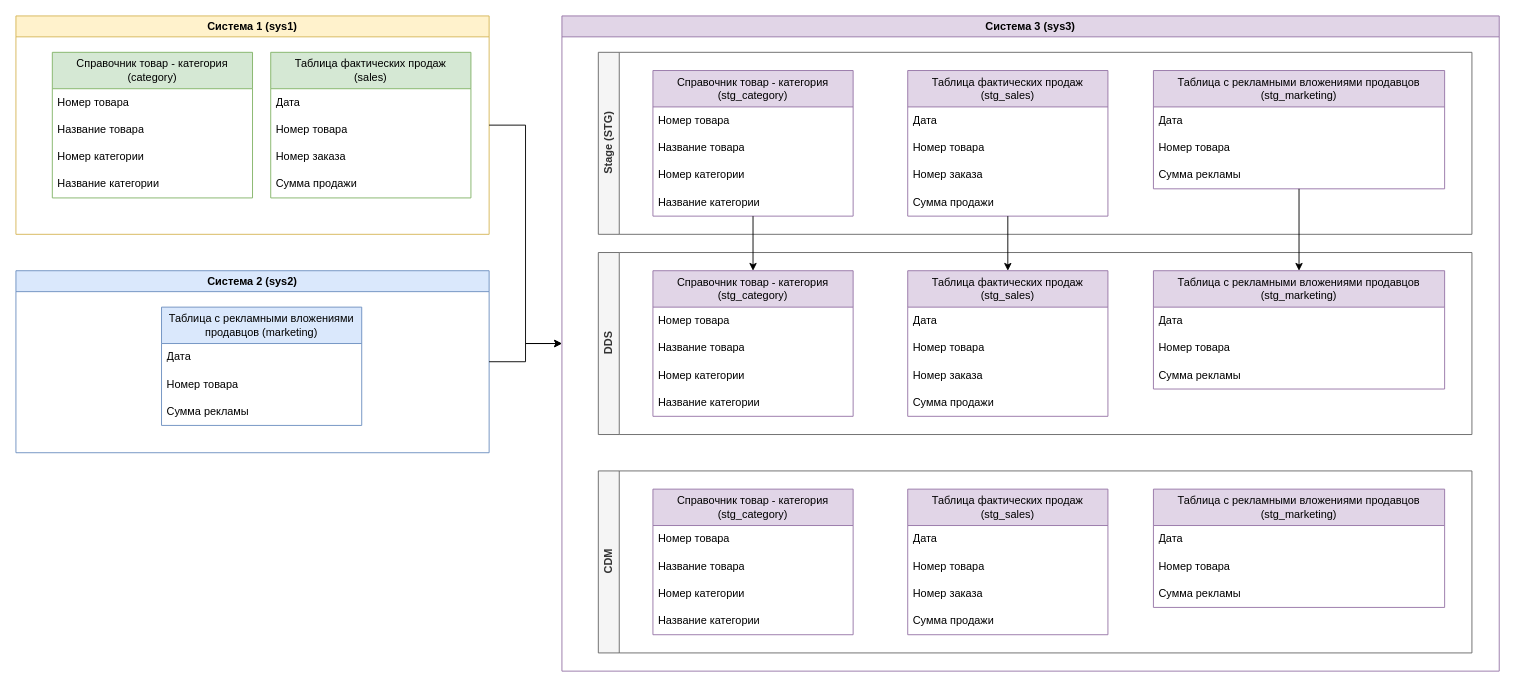
Before: page "Data Layers var2" (2 of 3) of ozon.drawio in Odarink/ozon_task_test, a draw.io diagram. Source tidied: cells renumbered, new cells numbered last; positions are measured from the earlier drawing's top-left corner, leaving out a move shared by most shapes. Both pictures are drawn from the tidied source at 91%, with x=0, y=0 at pixel (15, 15).
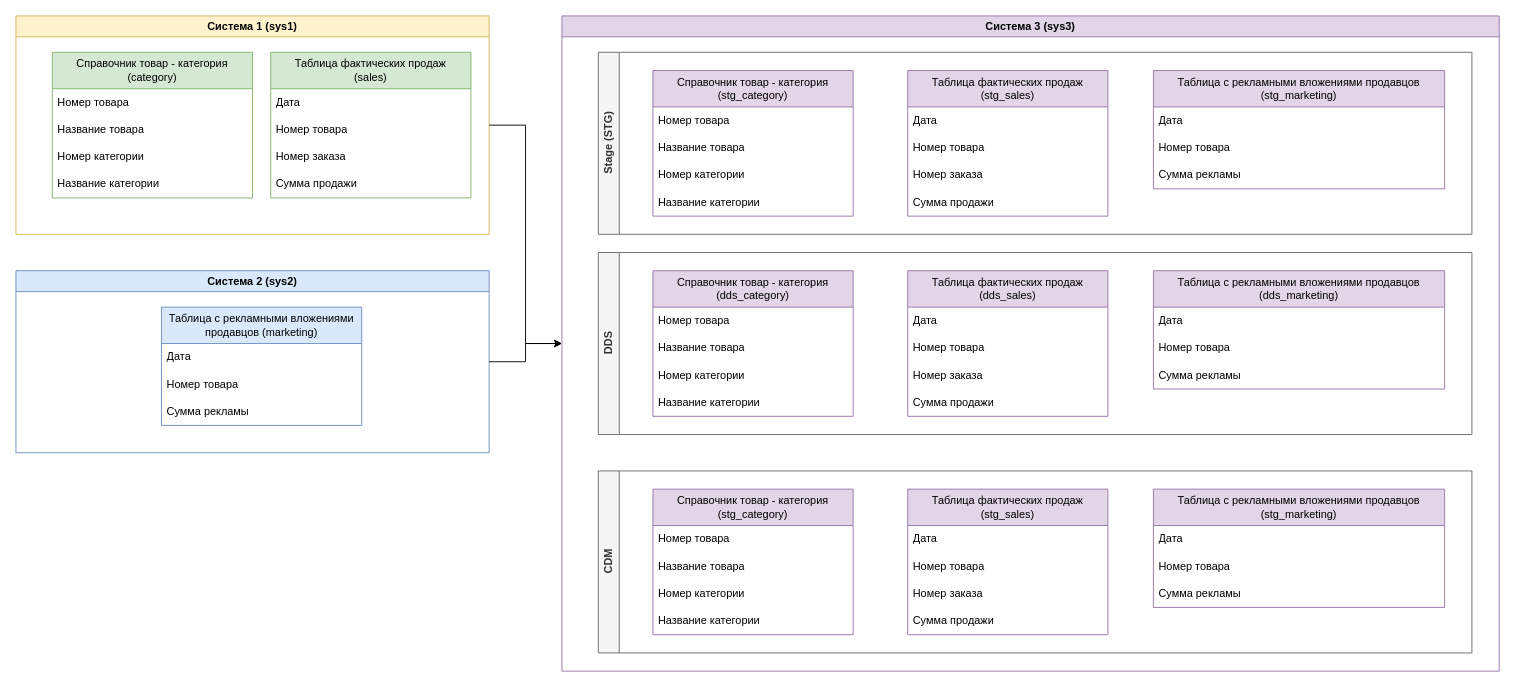
The same diagram, later.

Unchanged cells that the change refers to:
```xml
<mxCell id="18" value="Система 3 (sys3)" style="swimlane;fillColor=#e1d5e7;strokeColor=#9673a6;" parent="1" vertex="1">
  <mxGeometry x="600" width="1030" height="720" as="geometry" />
</mxCell>
<mxCell id="20" value="Справочник товар - категория&lt;div&gt;(stg_category)&lt;/div&gt;" style="swimlane;fontStyle=0;horizontal=1;startSize=40;whiteSpace=wrap;html=1;fillColor=#e1d5e7;strokeColor=#9673a6;" parent="19" vertex="1">
  <mxGeometry x="60" y="20" width="220" height="160" as="geometry" />
</mxCell>
<mxCell id="25" value="Таблица фактических продаж&lt;div&gt;(stg_sales)&lt;/div&gt;" style="swimlane;fontStyle=0;horizontal=1;startSize=40;whiteSpace=wrap;html=1;fillColor=#e1d5e7;strokeColor=#9673a6;" parent="19" vertex="1">
  <mxGeometry x="340" y="20" width="220" height="160" as="geometry" />
</mxCell>
<mxCell id="30" value="Таблица с рекламными вложениями продавцов (stg_&lt;span style=&quot;background-color: transparent; color: light-dark(rgb(0, 0, 0), rgb(255, 255, 255));&quot;&gt;marketing)&lt;/span&gt;" style="swimlane;fontStyle=0;horizontal=1;startSize=40;whiteSpace=wrap;html=1;fillColor=#e1d5e7;strokeColor=#9673a6;" parent="19" vertex="1">
  <mxGeometry x="610" y="20" width="320" height="130" as="geometry" />
</mxCell>
<mxCell id="34" value="DDS" style="swimlane;horizontal=0;whiteSpace=wrap;html=1;fillColor=#f5f5f5;fontColor=#333333;strokeColor=#666666;" parent="18" vertex="1">
  <mxGeometry x="40" y="260" width="960" height="200" as="geometry" />
</mxCell>
```

Change to the diagram source:
```diff
@@
-    <mxCell id="35" value="Справочник товар - категория&lt;div&gt;(stg_category)&lt;/div&gt;" style="swimlane;fontStyle=0;horizontal=1;startSize=40;whiteSpace=wrap;html=1;fillColor=#e1d5e7;strokeColor=#9673a6;" parent="34" vertex="1">
+    <mxCell id="35" value="Справочник товар - категория&lt;div&gt;(dds_category)&lt;/div&gt;" style="swimlane;fontStyle=0;horizontal=1;startSize=40;whiteSpace=wrap;html=1;fillColor=#e1d5e7;strokeColor=#9673a6;" parent="34" vertex="1">
       <mxGeometry x="60" y="20" width="220" height="160" as="geometry" />
     </mxCell>
@@
-    <mxCell id="40" value="Таблица фактических продаж&lt;div&gt;(stg_sales)&lt;/div&gt;" style="swimlane;fontStyle=0;horizontal=1;startSize=40;whiteSpace=wrap;html=1;fillColor=#e1d5e7;strokeColor=#9673a6;" parent="34" vertex="1">
+    <mxCell id="40" value="Таблица фактических продаж&lt;div&gt;(dds_sales)&lt;/div&gt;" style="swimlane;fontStyle=0;horizontal=1;startSize=40;whiteSpace=wrap;html=1;fillColor=#e1d5e7;strokeColor=#9673a6;" parent="34" vertex="1">
       <mxGeometry x="340" y="20" width="220" height="160" as="geometry" />
     </mxCell>
@@
-    <mxCell id="45" value="Таблица с рекламными вложениями продавцов (stg_&lt;span style=&quot;background-color: transparent; color: light-dark(rgb(0, 0, 0), rgb(255, 255, 255));&quot;&gt;marketing)&lt;/span&gt;" style="swimlane;fontStyle=0;horizontal=1;startSize=40;whiteSpace=wrap;html=1;fillColor=#e1d5e7;strokeColor=#9673a6;" parent="34" vertex="1">
+    <mxCell id="45" value="Таблица с рекламными вложениями продавцов (dds_&lt;span style=&quot;background-color: transparent; color: light-dark(rgb(0, 0, 0), rgb(255, 255, 255));&quot;&gt;marketing)&lt;/span&gt;" style="swimlane;fontStyle=0;horizontal=1;startSize=40;whiteSpace=wrap;html=1;fillColor=#e1d5e7;strokeColor=#9673a6;" parent="34" vertex="1">
       <mxGeometry x="610" y="20" width="320" height="130" as="geometry" />
     </mxCell>
@@
-    <mxCell id="64" style="edgeStyle=orthogonalEdgeStyle;rounded=0;jettySize=auto;html=1;" parent="18" edge="1" source="20" target="35">
-      <mxGeometry relative="1" as="geometry" />
-    </mxCell>
-    <mxCell id="65" style="edgeStyle=orthogonalEdgeStyle;rounded=0;jettySize=auto;html=1;" parent="18" edge="1" source="25" target="40">
-      <mxGeometry relative="1" as="geometry" />
-    </mxCell>
-    <mxCell id="66" style="edgeStyle=orthogonalEdgeStyle;rounded=0;jettySize=auto;html=1;" parent="18" edge="1" source="30" target="45">
-      <mxGeometry relative="1" as="geometry" />
-    </mxCell>
```
